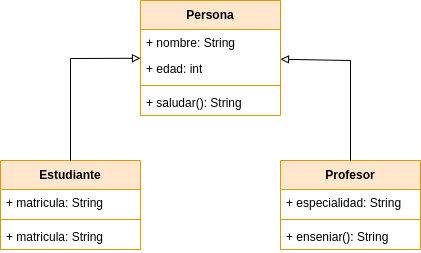
Above: images/diagrama-clases.png in AdrianRoguez/gestion-academica (draw.io), before the change. Source tidied: cells renumbered, new cells last; positions are measured from the earlier drawing's top-left corner, leaving out a move shared by most shapes. Its diagram source:
```xml
<mxGraphModel>
  <root>
    <mxCell id="0" />
    <mxCell id="1" parent="0" />
    <mxCell id="2" value="Persona" style="swimlane;fontStyle=1;align=center;verticalAlign=middle;horizontal=1;startSize=29;html=1;whiteSpace=wrap;fillColor=#ffe6cc;strokeColor=#d79b00;" parent="1" vertex="1">
      <mxGeometry x="140" width="140" height="115" as="geometry" />
    </mxCell>
    <mxCell id="3" value="+ nombre: String" style="text;strokeColor=none;fillColor=none;align=left;verticalAlign=top;spacingLeft=4;spacingRight=4;overflow=hidden;whiteSpace=wrap;html=1;" parent="2" vertex="1">
      <mxGeometry y="29" width="140" height="26" as="geometry" />
    </mxCell>
    <mxCell id="4" value="+ edad: int" style="text;strokeColor=none;fillColor=none;align=left;verticalAlign=top;spacingLeft=4;spacingRight=4;overflow=hidden;whiteSpace=wrap;html=1;" parent="2" vertex="1">
      <mxGeometry y="55" width="140" height="26" as="geometry" />
    </mxCell>
    <mxCell id="5" style="line;strokeWidth=1;fillColor=none;align=left;verticalAlign=middle;spacingTop=-1;spacingLeft=3;spacingRight=3;labelPosition=right;strokeColor=inherit;" parent="2" vertex="1">
      <mxGeometry y="81" width="140" height="8" as="geometry" />
    </mxCell>
    <mxCell id="6" value="+ saludar(): String" style="text;strokeColor=none;fillColor=none;align=left;verticalAlign=top;spacingLeft=4;spacingRight=4;overflow=hidden;whiteSpace=wrap;html=1;" parent="2" vertex="1">
      <mxGeometry y="89" width="140" height="26" as="geometry" />
    </mxCell>
    <mxCell id="7" value="Estudiante" style="swimlane;fontStyle=1;align=center;verticalAlign=middle;horizontal=1;startSize=29;html=1;whiteSpace=wrap;fillColor=#ffe6cc;strokeColor=#d79b00;" parent="1" vertex="1">
      <mxGeometry y="160" width="140" height="89" as="geometry" />
    </mxCell>
    <mxCell id="8" value="+ matricula: String&amp;nbsp;" style="text;strokeColor=none;fillColor=none;align=left;verticalAlign=top;spacingLeft=4;spacingRight=4;overflow=hidden;whiteSpace=wrap;html=1;" parent="7" vertex="1">
      <mxGeometry y="29" width="140" height="26" as="geometry" />
    </mxCell>
    <mxCell id="9" style="line;strokeWidth=1;fillColor=none;align=left;verticalAlign=middle;spacingTop=-1;spacingLeft=3;spacingRight=3;labelPosition=right;strokeColor=inherit;" parent="7" vertex="1">
      <mxGeometry y="55" width="140" height="8" as="geometry" />
    </mxCell>
    <mxCell id="10" value="+ matricula: String&amp;nbsp;" style="text;strokeColor=none;fillColor=none;align=left;verticalAlign=top;spacingLeft=4;spacingRight=4;overflow=hidden;whiteSpace=wrap;html=1;" parent="7" vertex="1">
      <mxGeometry y="63" width="140" height="26" as="geometry" />
    </mxCell>
    <mxCell id="11" value="Profesor" style="swimlane;fontStyle=1;align=center;verticalAlign=middle;horizontal=1;startSize=29;html=1;whiteSpace=wrap;fillColor=#ffe6cc;strokeColor=#d79b00;" parent="1" vertex="1">
      <mxGeometry x="280" y="160" width="140" height="89" as="geometry" />
    </mxCell>
    <mxCell id="12" value="+ especialidad: String&amp;nbsp;" style="text;strokeColor=none;fillColor=none;align=left;verticalAlign=top;spacingLeft=4;spacingRight=4;overflow=hidden;whiteSpace=wrap;html=1;" parent="11" vertex="1">
      <mxGeometry y="29" width="140" height="26" as="geometry" />
    </mxCell>
    <mxCell id="13" style="line;strokeWidth=1;fillColor=none;align=left;verticalAlign=middle;spacingTop=-1;spacingLeft=3;spacingRight=3;labelPosition=right;strokeColor=inherit;" parent="11" vertex="1">
      <mxGeometry y="55" width="140" height="8" as="geometry" />
    </mxCell>
    <mxCell id="14" value="+ enseniar(): String" style="text;strokeColor=none;fillColor=none;align=left;verticalAlign=top;spacingLeft=4;spacingRight=4;overflow=hidden;whiteSpace=wrap;html=1;" parent="11" vertex="1">
      <mxGeometry y="63" width="140" height="26" as="geometry" />
    </mxCell>
    <mxCell id="15" style="endArrow=block;html=1;rounded=0;endFill=0;" parent="1" edge="1" source="7" target="2">
      <mxGeometry relative="1" as="geometry">
        <Array as="points">
          <mxPoint x="70" y="58" />
        </Array>
      </mxGeometry>
    </mxCell>
    <mxCell id="16" style="endArrow=block;html=1;rounded=0;endFill=0;" parent="1" edge="1" source="11" target="2">
      <mxGeometry relative="1" as="geometry">
        <Array as="points">
          <mxPoint x="350" y="60" />
        </Array>
      </mxGeometry>
    </mxCell>
  </root>
</mxGraphModel>
```
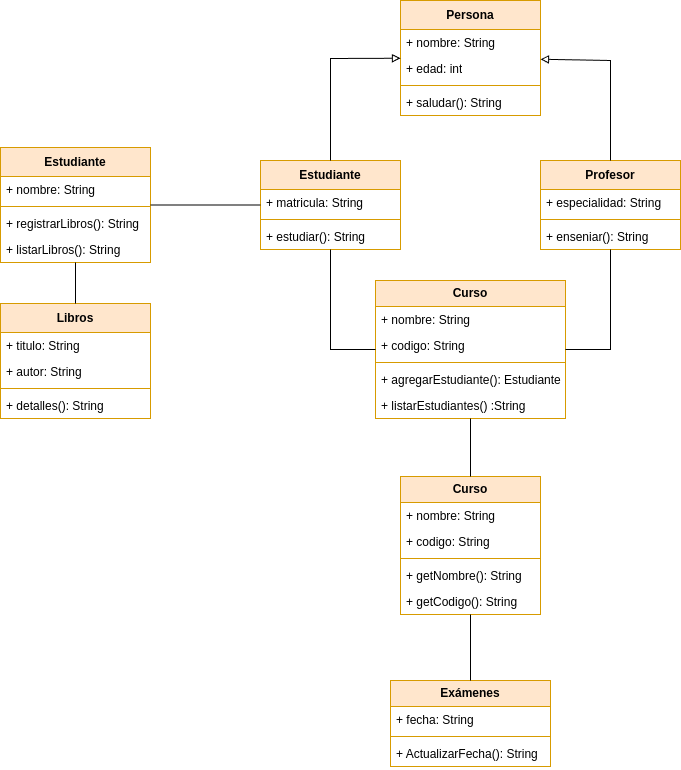
The same diagram one commit later.

What changed in the source:
```diff
@@ -26,7 +26,7 @@
     <mxCell id="9" style="line;strokeWidth=1;fillColor=none;align=left;verticalAlign=middle;spacingTop=-1;spacingLeft=3;spacingRight=3;labelPosition=right;strokeColor=inherit;" parent="7" vertex="1">
       <mxGeometry y="55" width="140" height="8" as="geometry" />
     </mxCell>
-    <mxCell id="10" value="+ matricula: String&amp;nbsp;" style="text;strokeColor=none;fillColor=none;align=left;verticalAlign=top;spacingLeft=4;spacingRight=4;overflow=hidden;whiteSpace=wrap;html=1;" parent="7" vertex="1">
+    <mxCell id="10" value="+ estudiar(): String&amp;nbsp;" style="text;strokeColor=none;fillColor=none;align=left;verticalAlign=top;spacingLeft=4;spacingRight=4;overflow=hidden;whiteSpace=wrap;html=1;" parent="7" vertex="1">
       <mxGeometry y="63" width="140" height="26" as="geometry" />
     </mxCell>
     <mxCell id="11" value="Profesor" style="swimlane;fontStyle=1;align=center;verticalAlign=middle;horizontal=1;startSize=29;html=1;whiteSpace=wrap;fillColor=#ffe6cc;strokeColor=#d79b00;" parent="1" vertex="1">
@@ -55,5 +55,110 @@
         </Array>
       </mxGeometry>
     </mxCell>
+    <mxCell id="17" value="&lt;b&gt;Curso&lt;/b&gt;" style="swimlane;fontStyle=0;horizontal=1;startSize=26;fillColor=#ffe6cc;whiteSpace=wrap;html=1;strokeColor=#d79b00;" parent="1" vertex="1">
+      <mxGeometry x="115" y="280" width="190" height="138" as="geometry" />
+    </mxCell>
+    <mxCell id="18" value="+&amp;nbsp;nombre: String" style="text;strokeColor=none;fillColor=none;align=left;verticalAlign=top;spacingLeft=4;spacingRight=4;overflow=hidden;whiteSpace=wrap;html=1;" parent="17" vertex="1">
+      <mxGeometry y="26" width="190" height="26" as="geometry" />
+    </mxCell>
+    <mxCell id="19" value="+ codigo: String" style="text;strokeColor=none;fillColor=none;align=left;verticalAlign=top;spacingLeft=4;spacingRight=4;overflow=hidden;whiteSpace=wrap;html=1;" parent="17" vertex="1">
+      <mxGeometry y="52" width="190" height="26" as="geometry" />
+    </mxCell>
+    <mxCell id="20" style="line;strokeWidth=1;fillColor=none;align=left;verticalAlign=middle;spacingTop=-1;spacingLeft=3;spacingRight=3;labelPosition=right;strokeColor=inherit;" parent="17" vertex="1">
+      <mxGeometry y="78" width="190" height="8" as="geometry" />
+    </mxCell>
+    <mxCell id="21" value="+&amp;nbsp;agregarEstudiante(): Estudiante" style="text;strokeColor=none;fillColor=none;align=left;verticalAlign=top;spacingLeft=4;spacingRight=4;overflow=hidden;whiteSpace=wrap;html=1;" parent="17" vertex="1">
+      <mxGeometry y="86" width="190" height="26" as="geometry" />
+    </mxCell>
+    <mxCell id="22" value=" + listarEstudiantes() :String" style="text;strokeColor=none;fillColor=none;align=left;verticalAlign=top;spacingLeft=4;spacingRight=4;overflow=hidden;whiteSpace=wrap;html=1;" parent="17" vertex="1">
+      <mxGeometry y="112" width="190" height="26" as="geometry" />
+    </mxCell>
+    <mxCell id="23" style="endArrow=none;html=1;rounded=0;" parent="1" edge="1" source="7" target="17">
+      <mxGeometry relative="1" as="geometry">
+        <Array as="points">
+          <mxPoint x="70" y="349" />
+        </Array>
+      </mxGeometry>
+    </mxCell>
+    <mxCell id="24" style="endArrow=none;html=1;rounded=0;" parent="1" edge="1" target="17">
+      <mxGeometry relative="1" as="geometry">
+        <mxPoint x="350" y="249" as="sourcePoint" />
+        <Array as="points">
+          <mxPoint x="350" y="349" />
+        </Array>
+      </mxGeometry>
+    </mxCell>
+    <mxCell id="25" value="&lt;b&gt;Curso&lt;/b&gt;" style="swimlane;fontStyle=0;horizontal=1;startSize=26;fillColor=#ffe6cc;whiteSpace=wrap;html=1;strokeColor=#d79b00;" parent="1" vertex="1">
+      <mxGeometry x="140" y="476" width="140" height="138" as="geometry" />
+    </mxCell>
+    <mxCell id="26" value="+&amp;nbsp;nombre: String" style="text;strokeColor=none;fillColor=none;align=left;verticalAlign=top;spacingLeft=4;spacingRight=4;overflow=hidden;whiteSpace=wrap;html=1;" parent="25" vertex="1">
+      <mxGeometry y="26" width="140" height="26" as="geometry" />
+    </mxCell>
+    <mxCell id="27" value="+ codigo: String" style="text;strokeColor=none;fillColor=none;align=left;verticalAlign=top;spacingLeft=4;spacingRight=4;overflow=hidden;whiteSpace=wrap;html=1;" parent="25" vertex="1">
+      <mxGeometry y="52" width="140" height="26" as="geometry" />
+    </mxCell>
+    <mxCell id="28" style="line;strokeWidth=1;fillColor=none;align=left;verticalAlign=middle;spacingTop=-1;spacingLeft=3;spacingRight=3;labelPosition=right;strokeColor=inherit;" parent="25" vertex="1">
+      <mxGeometry y="78" width="140" height="8" as="geometry" />
+    </mxCell>
+    <mxCell id="29" value="+ getNombre(): String" style="text;strokeColor=none;fillColor=none;align=left;verticalAlign=top;spacingLeft=4;spacingRight=4;overflow=hidden;whiteSpace=wrap;html=1;" parent="25" vertex="1">
+      <mxGeometry y="86" width="140" height="26" as="geometry" />
+    </mxCell>
+    <mxCell id="30" value=" + getCodigo(): String" style="text;strokeColor=none;fillColor=none;align=left;verticalAlign=top;spacingLeft=4;spacingRight=4;overflow=hidden;whiteSpace=wrap;html=1;" parent="25" vertex="1">
+      <mxGeometry y="112" width="140" height="26" as="geometry" />
+    </mxCell>
+    <mxCell id="31" style="endArrow=none;html=1;rounded=0;" parent="1" edge="1" source="25" target="17">
+      <mxGeometry relative="1" as="geometry" />
+    </mxCell>
+    <mxCell id="32" value="&lt;b&gt;Exámenes&lt;/b&gt;" style="swimlane;fontStyle=0;horizontal=1;startSize=26;fillColor=#ffe6cc;whiteSpace=wrap;html=1;strokeColor=#d79b00;" parent="1" vertex="1">
+      <mxGeometry x="130" y="680" width="160" height="86" as="geometry" />
+    </mxCell>
+    <mxCell id="33" value="+ fecha: String" style="text;strokeColor=none;fillColor=none;align=left;verticalAlign=top;spacingLeft=4;spacingRight=4;overflow=hidden;whiteSpace=wrap;html=1;" parent="32" vertex="1">
+      <mxGeometry y="26" width="160" height="26" as="geometry" />
+    </mxCell>
+    <mxCell id="34" style="line;strokeWidth=1;fillColor=none;align=left;verticalAlign=middle;spacingTop=-1;spacingLeft=3;spacingRight=3;labelPosition=right;strokeColor=inherit;" parent="32" vertex="1">
+      <mxGeometry y="52" width="160" height="8" as="geometry" />
+    </mxCell>
+    <mxCell id="35" value="+ ActualizarFecha(): String" style="text;strokeColor=none;fillColor=none;align=left;verticalAlign=top;spacingLeft=4;spacingRight=4;overflow=hidden;whiteSpace=wrap;html=1;" parent="32" vertex="1">
+      <mxGeometry y="60" width="160" height="26" as="geometry" />
+    </mxCell>
+    <mxCell id="36" style="endArrow=none;html=1;rounded=0;" parent="1" edge="1" source="25" target="32">
+      <mxGeometry relative="1" as="geometry" />
+    </mxCell>
+    <mxCell id="37" value="Estudiante" style="swimlane;fontStyle=1;align=center;verticalAlign=middle;horizontal=1;startSize=29;html=1;whiteSpace=wrap;fillColor=#ffe6cc;strokeColor=#d79b00;" parent="1" vertex="1">
+      <mxGeometry x="-260" y="147" width="150" height="115" as="geometry" />
+    </mxCell>
+    <mxCell id="38" value="+&amp;nbsp;nombre: String" style="text;strokeColor=none;fillColor=none;align=left;verticalAlign=top;spacingLeft=4;spacingRight=4;overflow=hidden;whiteSpace=wrap;html=1;" parent="37" vertex="1">
+      <mxGeometry y="29" width="150" height="26" as="geometry" />
+    </mxCell>
+    <mxCell id="39" style="line;strokeWidth=1;fillColor=none;align=left;verticalAlign=middle;spacingTop=-1;spacingLeft=3;spacingRight=3;labelPosition=right;strokeColor=inherit;" parent="37" vertex="1">
+      <mxGeometry y="55" width="150" height="8" as="geometry" />
+    </mxCell>
+    <mxCell id="40" value="+ registrarLibros(): String&amp;nbsp;" style="text;strokeColor=none;fillColor=none;align=left;verticalAlign=top;spacingLeft=4;spacingRight=4;overflow=hidden;whiteSpace=wrap;html=1;" parent="37" vertex="1">
+      <mxGeometry y="63" width="150" height="26" as="geometry" />
+    </mxCell>
+    <mxCell id="41" value="+ listarLibros(): String&amp;nbsp;" style="text;strokeColor=none;fillColor=none;align=left;verticalAlign=top;spacingLeft=4;spacingRight=4;overflow=hidden;whiteSpace=wrap;html=1;" parent="37" vertex="1">
+      <mxGeometry y="89" width="150" height="26" as="geometry" />
+    </mxCell>
+    <mxCell id="42" style="endArrow=none;html=1;rounded=0;" parent="1" edge="1" source="37" target="7">
+      <mxGeometry relative="1" as="geometry" />
+    </mxCell>
+    <mxCell id="43" value="Libros" style="swimlane;fontStyle=1;align=center;verticalAlign=middle;horizontal=1;startSize=29;html=1;whiteSpace=wrap;fillColor=#ffe6cc;strokeColor=#d79b00;" parent="1" vertex="1">
+      <mxGeometry x="-260" y="303" width="150" height="115" as="geometry" />
+    </mxCell>
+    <mxCell id="44" value="+ titulo: String" style="text;strokeColor=none;fillColor=none;align=left;verticalAlign=top;spacingLeft=4;spacingRight=4;overflow=hidden;whiteSpace=wrap;html=1;" parent="43" vertex="1">
+      <mxGeometry y="29" width="150" height="26" as="geometry" />
+    </mxCell>
+    <mxCell id="45" value="+ autor: String" style="text;strokeColor=none;fillColor=none;align=left;verticalAlign=top;spacingLeft=4;spacingRight=4;overflow=hidden;whiteSpace=wrap;html=1;" parent="43" vertex="1">
+      <mxGeometry y="55" width="150" height="26" as="geometry" />
+    </mxCell>
+    <mxCell id="46" style="line;strokeWidth=1;fillColor=none;align=left;verticalAlign=middle;spacingTop=-1;spacingLeft=3;spacingRight=3;labelPosition=right;strokeColor=inherit;" parent="43" vertex="1">
+      <mxGeometry y="81" width="150" height="8" as="geometry" />
+    </mxCell>
+    <mxCell id="47" value="+ detalles(): String&amp;nbsp;" style="text;strokeColor=none;fillColor=none;align=left;verticalAlign=top;spacingLeft=4;spacingRight=4;overflow=hidden;whiteSpace=wrap;html=1;" parent="43" vertex="1">
+      <mxGeometry y="89" width="150" height="26" as="geometry" />
+    </mxCell>
+    <mxCell id="48" style="endArrow=none;html=1;rounded=0;" parent="1" edge="1" source="43" target="37">
+      <mxGeometry relative="1" as="geometry" />
+    </mxCell>
   </root>
 </mxGraphModel>
```
